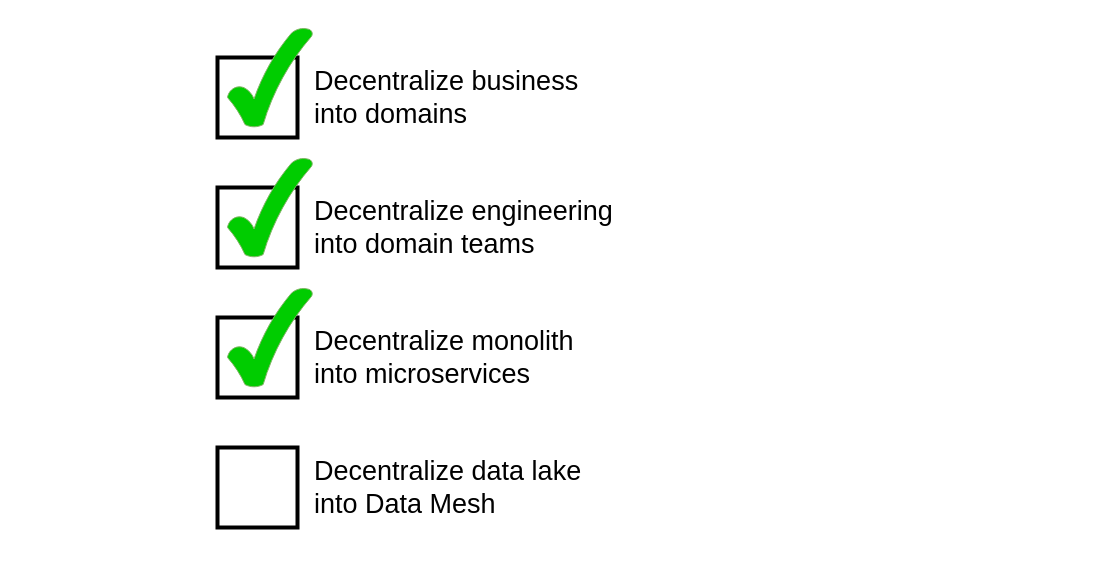
Earlier version of the draw.io diagram diagrams/whychecklist.drawio (datamesh-architecture/datamesh-architecture.com). Source tidied: cells renumbered, new cells numbered last; positions are measured from the earlier drawing's top-left corner, leaving out a move shared by most shapes. Both pictures are drawn from the tidied source at 100%, with x=0, y=0 at pixel (17, 17).
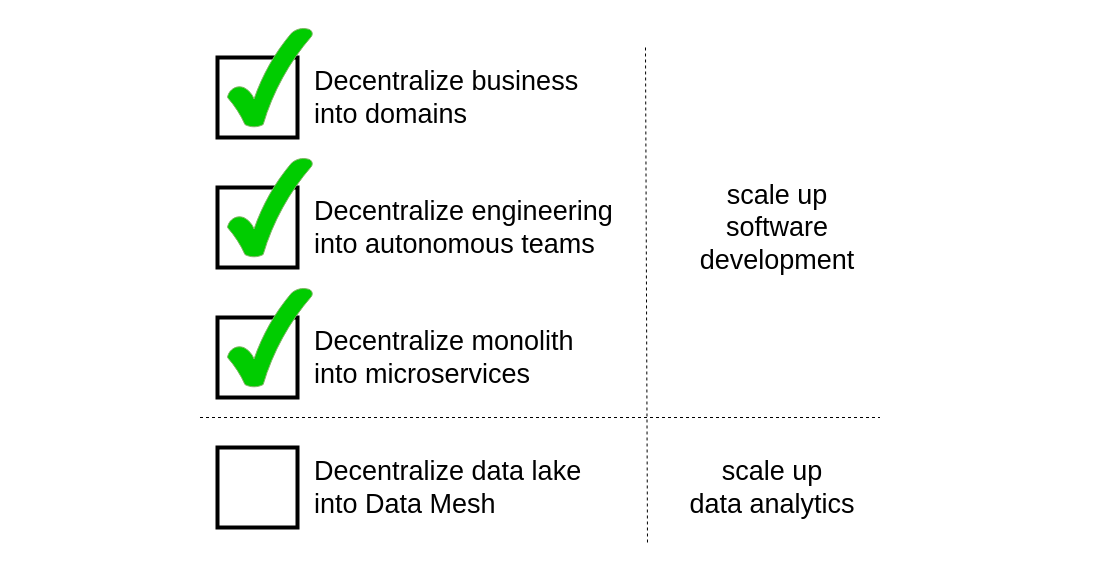
Above is the later version.

Diff of the diagram source:
```diff
@@
 <mxGraphModel>
   <root>
     <mxCell id="0" />
     <mxCell id="1" parent="0" />
     <mxCell id="2" style="rounded=0;whiteSpace=wrap;html=1;fontSize=27;fillColor=#FFFFFF;align=left;fontColor=none;noLabel=1;labelBackgroundColor=none;strokeColor=none;" parent="1" vertex="1">
-      <mxGeometry width="790" height="530" as="geometry" />
+      <mxGeometry width="1070" height="530" as="geometry" />
     </mxCell>
     <mxCell id="3" style="whiteSpace=wrap;html=1;strokeWidth=4;" parent="1" vertex="1">
       <mxGeometry x="200" y="40" width="80" height="80" as="geometry" />
     </mxCell>
     <mxCell id="4" style="verticalLabelPosition=bottom;verticalAlign=top;html=1;shape=mxgraph.basic.tick;fillColor=#00CC00;strokeColor=#82b366;" parent="1" vertex="1">
       <mxGeometry x="210" y="10" width="85" height="100" as="geometry" />
     </mxCell>
     <mxCell id="5" value="Decentralize business &lt;br&gt;into domains" style="text;html=1;strokeColor=none;fillColor=none;align=left;verticalAlign=middle;whiteSpace=wrap;rounded=0;fontSize=27;" parent="1" vertex="1">
       <mxGeometry x="295" y="65" width="435" height="30" as="geometry" />
     </mxCell>
     <mxCell id="6" style="whiteSpace=wrap;html=1;strokeWidth=4;" parent="1" vertex="1">
       <mxGeometry x="200" y="170" width="80" height="80" as="geometry" />
     </mxCell>
     <mxCell id="7" style="verticalLabelPosition=bottom;verticalAlign=top;html=1;shape=mxgraph.basic.tick;fillColor=#00CC00;strokeColor=#82b366;" parent="1" vertex="1">
       <mxGeometry x="210" y="140" width="85" height="100" as="geometry" />
     </mxCell>
-    <mxCell id="8" value="Decentralize engineering &lt;br&gt;into domain teams" style="text;html=1;strokeColor=none;fillColor=none;align=left;verticalAlign=middle;whiteSpace=wrap;rounded=0;fontSize=27;" parent="1" vertex="1">
+    <mxCell id="8" value="Decentralize engineering &lt;br&gt;into autonomous teams" style="text;html=1;strokeColor=none;fillColor=none;align=left;verticalAlign=middle;whiteSpace=wrap;rounded=0;fontSize=27;" parent="1" vertex="1">
       <mxGeometry x="295" y="195" width="405" height="30" as="geometry" />
     </mxCell>
     <mxCell id="9" style="whiteSpace=wrap;html=1;strokeWidth=4;" parent="1" vertex="1">
       <mxGeometry x="200" y="300" width="80" height="80" as="geometry" />
     </mxCell>
     <mxCell id="10" style="verticalLabelPosition=bottom;verticalAlign=top;html=1;shape=mxgraph.basic.tick;fillColor=#00CC00;strokeColor=#82b366;" parent="1" vertex="1">
       <mxGeometry x="210" y="270" width="85" height="100" as="geometry" />
     </mxCell>
     <mxCell id="11" value="Decentralize monolith &lt;br&gt;into microservices" style="text;html=1;strokeColor=none;fillColor=none;align=left;verticalAlign=middle;whiteSpace=wrap;rounded=0;fontSize=27;" parent="1" vertex="1">
       <mxGeometry x="295" y="325" width="455" height="30" as="geometry" />
     </mxCell>
     <mxCell id="12" style="whiteSpace=wrap;html=1;strokeWidth=4;" parent="1" vertex="1">
       <mxGeometry x="200" y="430" width="80" height="80" as="geometry" />
     </mxCell>
     <mxCell id="13" value="Decentralize data lake &lt;br&gt;into Data Mesh" style="text;html=1;strokeColor=none;fillColor=none;align=left;verticalAlign=middle;whiteSpace=wrap;rounded=0;fontSize=27;" parent="1" vertex="1">
       <mxGeometry x="295" y="455" width="395" height="30" as="geometry" />
     </mxCell>
+    <mxCell id="14" style="endArrow=none;dashed=1;html=1;rounded=0;fontSize=27;fontColor=none;" parent="1" edge="1">
+      <mxGeometry relative="1" as="geometry">
+        <mxPoint x="182.5" y="400" as="sourcePoint" />
+        <mxPoint x="862.5" y="400" as="targetPoint" />
+      </mxGeometry>
+    </mxCell>
+    <mxCell id="15" value="scale up software development" style="text;html=1;strokeColor=none;fillColor=none;align=center;verticalAlign=middle;whiteSpace=wrap;rounded=0;labelBackgroundColor=none;fontSize=27;fontColor=none;" parent="1" vertex="1">
+      <mxGeometry x="730" y="195" width="60" height="30" as="geometry" />
+    </mxCell>
+    <mxCell id="16" style="endArrow=none;dashed=1;html=1;rounded=0;fontSize=27;fontColor=none;" parent="1" edge="1">
+      <mxGeometry relative="1" as="geometry">
+        <mxPoint x="628" y="30" as="sourcePoint" />
+        <mxPoint x="630" y="526" as="targetPoint" />
+      </mxGeometry>
+    </mxCell>
+    <mxCell id="17" value="scale up&lt;br&gt;data analytics" style="text;html=1;strokeColor=none;fillColor=none;align=center;verticalAlign=middle;whiteSpace=wrap;rounded=0;labelBackgroundColor=none;fontSize=27;fontColor=none;" parent="1" vertex="1">
+      <mxGeometry x="670" y="455" width="170" height="30" as="geometry" />
+    </mxCell>
   </root>
 </mxGraphModel>
```
